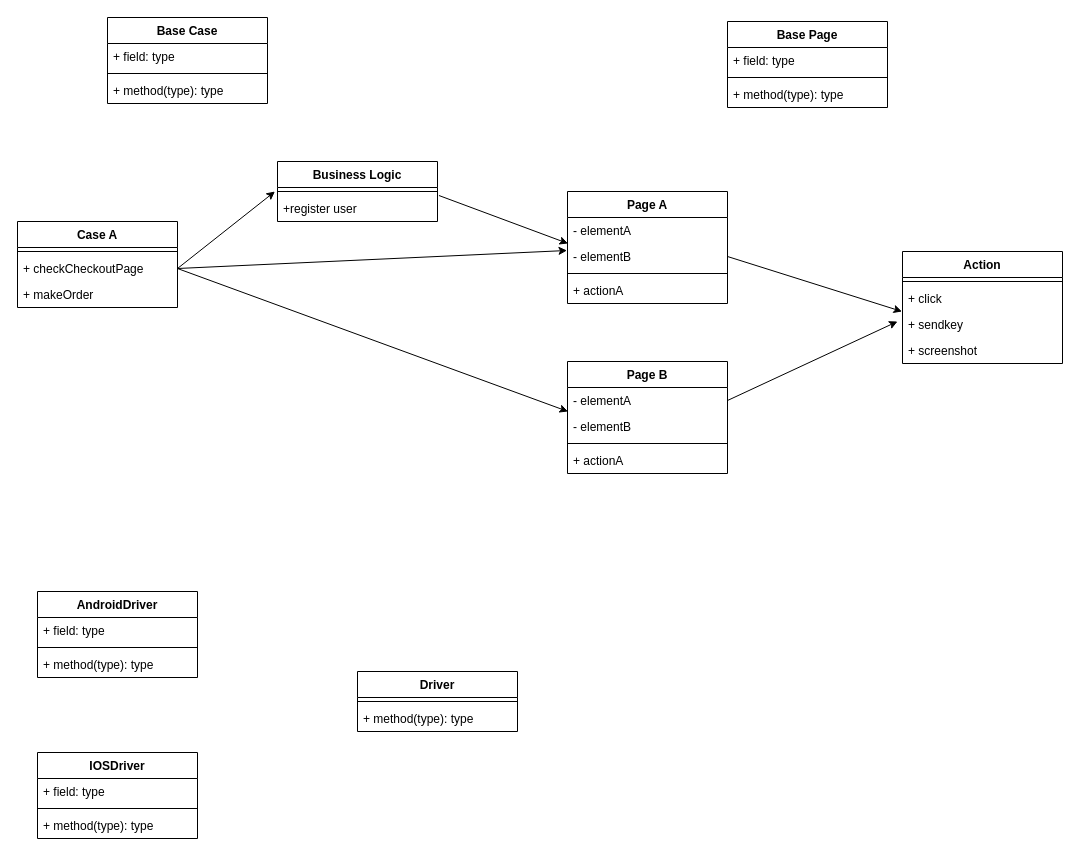
michellec2021/appium-demo keeps this draw.io diagram as page "page object/action" (7 of 7) of App Automation 2.0.drawio. Above is the earlier version. Source tidied: cells renumbered, new cells numbered last; positions are measured from the earlier drawing's top-left corner, leaving out a move shared by most shapes. Both pictures are drawn from the tidied source at 100%, with x=0, y=0 at pixel (17, 17).
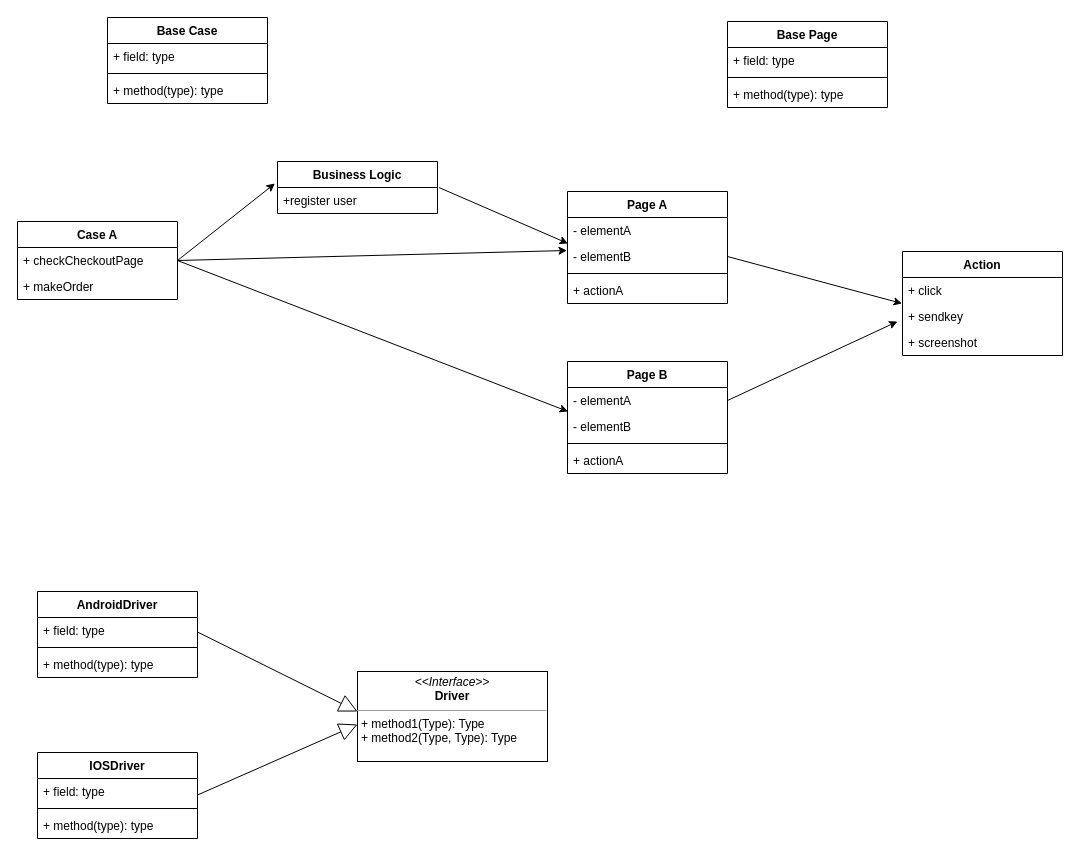
The same page after the edit.

Diff of the diagram source:
```diff
@@
     <mxCell id="12" value="Action" style="swimlane;fontStyle=1;align=center;verticalAlign=top;horizontal=1;startSize=26;" parent="1" vertex="1">
-      <mxGeometry x="885" y="234" width="160" height="112" as="geometry" />
+      <mxGeometry x="885" y="234" width="160" height="104" as="geometry" />
     </mxCell>
-    <mxCell id="13" style="line;strokeWidth=1;fillColor=none;align=left;verticalAlign=middle;spacingTop=-1;spacingLeft=3;spacingRight=3;labelPosition=right;strokeColor=inherit;" parent="12" vertex="1">
-      <mxGeometry y="26" width="160" height="8" as="geometry" />
-    </mxCell>
     <mxCell id="14" value="+ click" style="text;strokeColor=none;fillColor=none;align=left;verticalAlign=top;spacingLeft=4;spacingRight=4;overflow=hidden;" parent="12" vertex="1">
-      <mxGeometry y="34" width="160" height="26" as="geometry" />
+      <mxGeometry y="26" width="160" height="26" as="geometry" />
     </mxCell>
     <mxCell id="15" value="+ sendkey" style="text;strokeColor=none;fillColor=none;align=left;verticalAlign=top;spacingLeft=4;spacingRight=4;overflow=hidden;points=[[0,0.5],[1,0.5]];portConstraint=eastwest;" parent="12" vertex="1">
-      <mxGeometry y="60" width="160" height="26" as="geometry" />
+      <mxGeometry y="52" width="160" height="26" as="geometry" />
     </mxCell>
     <mxCell id="16" value="+ screenshot" style="text;strokeColor=none;fillColor=none;align=left;verticalAlign=top;spacingLeft=4;spacingRight=4;overflow=hidden;" parent="12" vertex="1">
-      <mxGeometry y="86" width="160" height="26" as="geometry" />
+      <mxGeometry y="78" width="160" height="26" as="geometry" />
     </mxCell>
@@
     <mxCell id="18" value="Business Logic" style="swimlane;fontStyle=1;align=center;verticalAlign=top;horizontal=1;startSize=26;" parent="1" vertex="1">
-      <mxGeometry x="260" y="144" width="160" height="60" as="geometry" />
+      <mxGeometry x="260" y="144" width="160" height="52" as="geometry" />
     </mxCell>
-    <mxCell id="19" style="line;strokeWidth=1;fillColor=none;align=left;verticalAlign=middle;spacingTop=-1;spacingLeft=3;spacingRight=3;labelPosition=right;strokeColor=inherit;" parent="18" vertex="1">
-      <mxGeometry y="26" width="160" height="8" as="geometry" />
-    </mxCell>
     <mxCell id="20" value="+register user " style="text;strokeColor=none;fillColor=none;align=left;verticalAlign=top;spacingLeft=4;spacingRight=4;overflow=hidden;points=[[0,0.5],[1,0.5]];portConstraint=eastwest;" parent="18" vertex="1">
-      <mxGeometry y="34" width="160" height="26" as="geometry" />
+      <mxGeometry y="26" width="160" height="26" as="geometry" />
     </mxCell>
     <mxCell id="21" value="Case A" style="swimlane;fontStyle=1;align=center;verticalAlign=top;horizontal=1;startSize=26;" parent="1" vertex="1">
-      <mxGeometry y="204" width="160" height="86" as="geometry" />
+      <mxGeometry y="204" width="160" height="78" as="geometry" />
     </mxCell>
-    <mxCell id="22" style="line;strokeWidth=1;fillColor=none;align=left;verticalAlign=middle;spacingTop=-1;spacingLeft=3;spacingRight=3;labelPosition=right;strokeColor=inherit;" parent="21" vertex="1">
-      <mxGeometry y="26" width="160" height="8" as="geometry" />
-    </mxCell>
     <mxCell id="23" value="+ checkCheckoutPage" style="text;strokeColor=none;fillColor=none;align=left;verticalAlign=top;spacingLeft=4;spacingRight=4;overflow=hidden;points=[[0,0.5],[1,0.5]];portConstraint=eastwest;" parent="21" vertex="1">
-      <mxGeometry y="34" width="160" height="26" as="geometry" />
+      <mxGeometry y="26" width="160" height="26" as="geometry" />
     </mxCell>
     <mxCell id="24" value="+ makeOrder" style="text;strokeColor=none;fillColor=none;align=left;verticalAlign=top;spacingLeft=4;spacingRight=4;overflow=hidden;" parent="21" vertex="1">
-      <mxGeometry y="60" width="160" height="26" as="geometry" />
+      <mxGeometry y="52" width="160" height="26" as="geometry" />
     </mxCell>
@@
-    <mxCell id="46" value="Driver" style="swimlane;fontStyle=1;align=center;verticalAlign=top;horizontal=1;startSize=26;" parent="1" vertex="1">
-      <mxGeometry x="340" y="654" width="160" height="60" as="geometry" />
-    </mxCell>
-    <mxCell id="47" style="line;strokeWidth=1;fillColor=none;align=left;verticalAlign=middle;spacingTop=-1;spacingLeft=3;spacingRight=3;labelPosition=right;strokeColor=inherit;" parent="46" vertex="1">
-      <mxGeometry y="26" width="160" height="8" as="geometry" />
-    </mxCell>
-    <mxCell id="48" value="+ method(type): type" style="text;strokeColor=none;fillColor=none;align=left;verticalAlign=top;spacingLeft=4;spacingRight=4;overflow=hidden;" parent="46" vertex="1">
-      <mxGeometry y="34" width="160" height="26" as="geometry" />
-    </mxCell>
+    <mxCell id="49" style="endArrow=block;endSize=16;endFill=0;html=1;rounded=0;entryX=0;entryY=0.5;entryDx=0;entryDy=0;" parent="1" edge="1">
+      <mxGeometry relative="1" as="geometry">
+        <mxPoint x="180" y="777.5" as="sourcePoint" />
+        <mxPoint x="340" y="707" as="targetPoint" />
+      </mxGeometry>
+    </mxCell>
+    <mxCell id="50" style="endArrow=block;endSize=16;endFill=0;html=1;rounded=0;" parent="1" edge="1">
+      <mxGeometry relative="1" as="geometry">
+        <mxPoint x="180" y="614.5" as="sourcePoint" />
+        <mxPoint x="340" y="694" as="targetPoint" />
+      </mxGeometry>
+    </mxCell>
+    <mxCell id="51" value="&lt;p style=&quot;margin:0px;margin-top:4px;text-align:center;&quot;&gt;&lt;i&gt;&amp;lt;&amp;lt;Interface&amp;gt;&amp;gt;&lt;/i&gt;&lt;br&gt;&lt;b&gt;Driver&lt;/b&gt;&lt;/p&gt;&lt;hr size=&quot;1&quot;&gt;&lt;p style=&quot;margin:0px;margin-left:4px;&quot;&gt;+ method1(Type): Type&lt;br&gt;+ method2(Type, Type): Type&lt;/p&gt;" style="verticalAlign=top;align=left;overflow=fill;fontSize=12;fontFamily=Helvetica;html=1;" parent="1" vertex="1">
+      <mxGeometry x="340" y="654" width="190" height="90" as="geometry" />
+    </mxCell>
```
